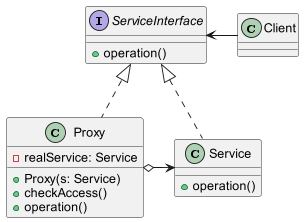
Before: Documentation/Proxy.png, a diagram exported from PlantUML (florentBourgeois/ENSISA2022_CMS).
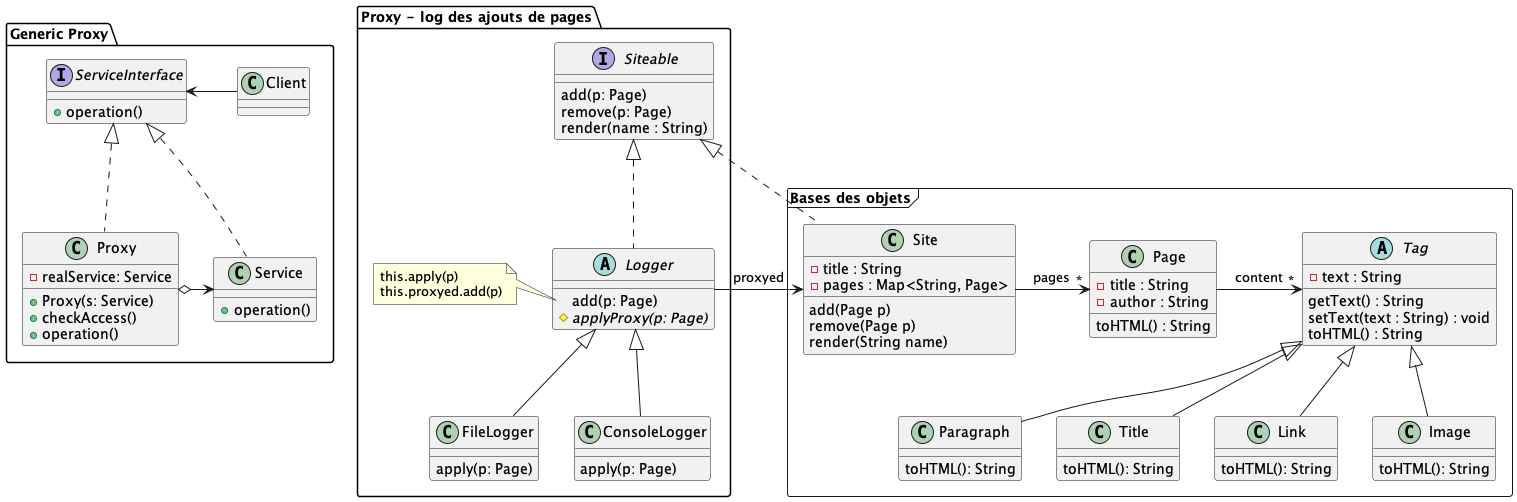
The same diagram one commit later.

Commit message:
Ajout des png de chaque diagramme

What changed in the source:
```diff
@@ -1,26 +1,95 @@
 @startuml
 
-class Client{}
+package "Generic Proxy" {
+    class Client{}
 
-interface ServiceInterface {
-    + operation()
+    interface ServiceInterface {
+        + operation()
+    }
+
+    class Proxy {
+        - realService: Service
+        + Proxy(s: Service)
+        + checkAccess()
+        + operation()
+    }
+
+    class Service {
+        +operation()
+    }
+
+    ServiceInterface <- Client
+    Proxy o-> Service
+    ServiceInterface<|..Proxy
+    ServiceInterface<|..Service
 }
 
-class Proxy {
-    - realService: Service
-    + Proxy(s: Service)
-    + checkAccess()
-    + operation()
+
+package "Bases des objets" <<Frame>> {
+
+    class Page {
+        -title : String
+        -author : String
+        toHTML() : String
+    }
+
+    abstract class Tag {
+        - text : String
+        getText() : String
+        setText(text : String) : void
+        toHTML() : String
+    }
+
+    Tag <|-- Paragraph
+    Tag <|-- Title
+    Tag <|-- Link
+    Tag <|-- Image
+
+    Page -> "*" Tag : content
+    Site -> "*" Page : pages
+
+    class Site {
+        -title : String
+        -pages : Map<String, Page>
+        add(Page p)
+        remove(Page p)
+        render(String name)
+    }
+
+    Image : toHTML(): String
+    Link : toHTML(): String
+    Title : toHTML(): String
+    Paragraph : toHTML(): String
+
 }
 
-class Service {
-    +operation()
+package "Proxy - log des ajouts de pages" {
+    interface Siteable {
+        add(p: Page)
+        remove(p: Page)
+        render(name : String)
+    }
+
+    abstract class Logger{
+        add(p: Page)
+        # {abstract} applyProxy(p: Page)
+    }
+    note left of Logger::add
+          this.apply(p)
+          this.proxyed.add(p)
+        end note
+
+
+    Logger <|-- FileLogger
+    Logger <|-- ConsoleLogger
+
+    Siteable <|.. Site
+    Siteable <|.. Logger
+    Logger -> Site : proxyed
+
+    FileLogger : apply(p: Page)
+    ConsoleLogger : apply(p: Page)
 }
-
-ServiceInterface <- Client
-Proxy o-> Service
-ServiceInterface<|..Proxy
-ServiceInterface<|..Service
 
 
 @enduml
```
